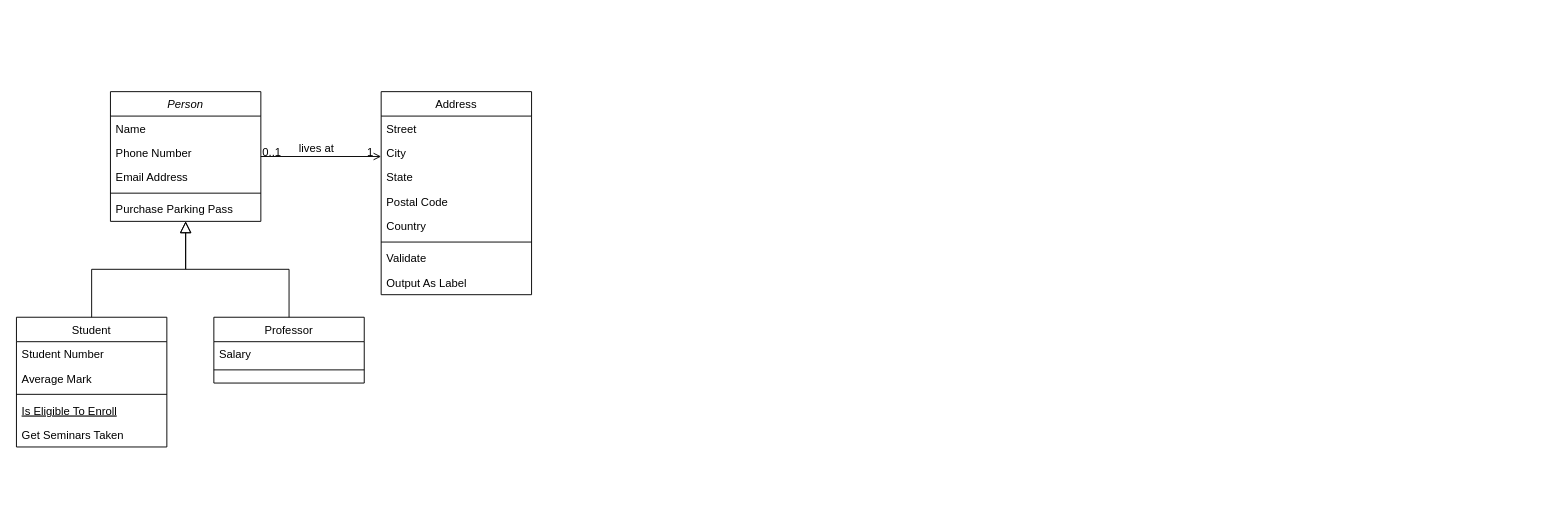
This is application-diagrams/casino/technical/diff-calculator-and-deployer/Untitled Diagram.drawio from rohit23ahuja/draw-io, a draw.io file, before an edit. Source tidied: cells renumbered, new cells numbered last; positions are measured from the earlier drawing's top-left corner, leaving out a move shared by most shapes. Both pictures are drawn from the tidied source at 94%, with x=0, y=0 at pixel (16, 91).
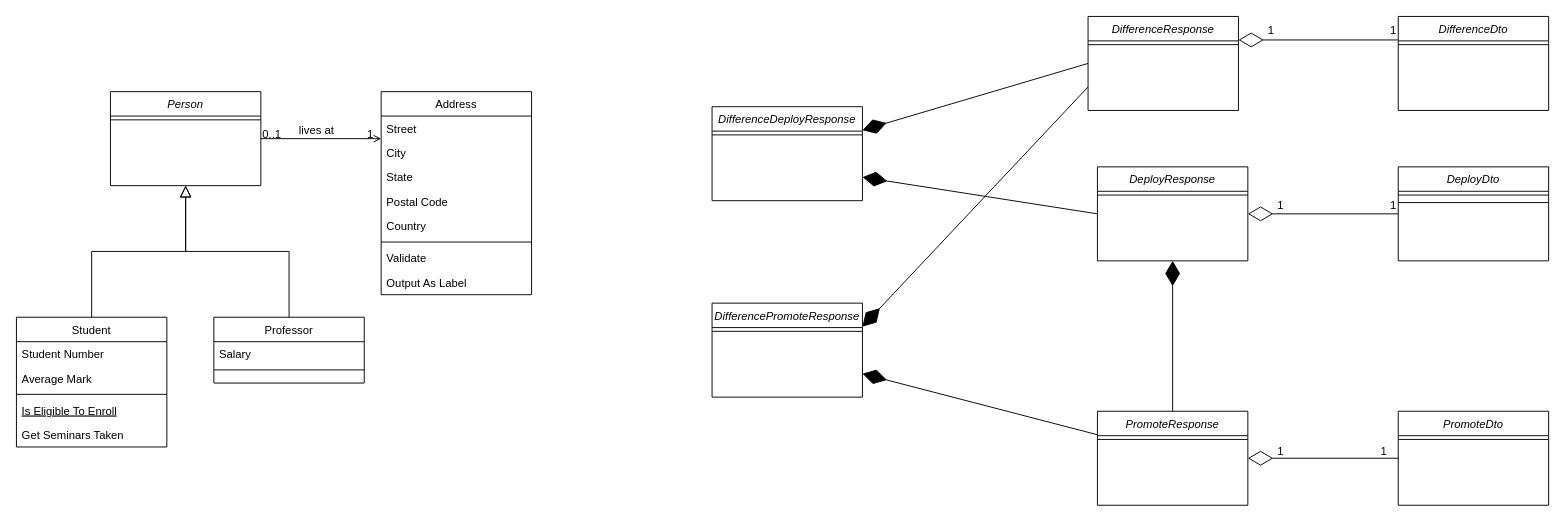
The same diagram, later.

Diff of the diagram source:
```diff
@@
     <mxCell id="2" value="Person" style="swimlane;fontStyle=2;align=center;verticalAlign=top;horizontal=1;startSize=26;rounded=0;shadow=0;strokeWidth=1;" parent="1" vertex="1">
-      <mxGeometry x="100" width="160" height="138" as="geometry" />
+      <mxGeometry x="100" width="160" height="100" as="geometry" />
     </mxCell>
-    <mxCell id="3" value="Name" style="text;align=left;verticalAlign=top;spacingLeft=4;spacingRight=4;overflow=hidden;" parent="2" vertex="1">
-      <mxGeometry y="26" width="160" height="26" as="geometry" />
-    </mxCell>
-    <mxCell id="4" value="Phone Number" style="text;align=left;verticalAlign=top;spacingLeft=4;spacingRight=4;overflow=hidden;rounded=0;shadow=0;html=0;" parent="2" vertex="1">
-      <mxGeometry y="52" width="160" height="26" as="geometry" />
-    </mxCell>
-    <mxCell id="5" value="Email Address" style="text;align=left;verticalAlign=top;spacingLeft=4;spacingRight=4;overflow=hidden;rounded=0;shadow=0;html=0;" parent="2" vertex="1">
-      <mxGeometry y="78" width="160" height="26" as="geometry" />
-    </mxCell>
     <mxCell id="6" style="line;html=1;strokeWidth=1;align=left;verticalAlign=middle;spacingTop=-1;spacingLeft=3;spacingRight=3;labelPosition=right;" parent="2" vertex="1">
-      <mxGeometry y="104" width="160" height="8" as="geometry" />
+      <mxGeometry y="26" width="160" height="8" as="geometry" />
     </mxCell>
-    <mxCell id="7" value="Purchase Parking Pass" style="text;align=left;verticalAlign=top;spacingLeft=4;spacingRight=4;overflow=hidden;" parent="2" vertex="1">
-      <mxGeometry y="112" width="160" height="26" as="geometry" />
-    </mxCell>
@@
+    <mxCell id="32" value="DeployResponse" style="swimlane;fontStyle=2;align=center;verticalAlign=top;horizontal=1;startSize=26;rounded=0;shadow=0;strokeWidth=1;" parent="1" vertex="1">
+      <mxGeometry x="1150" y="80" width="160" height="100" as="geometry" />
+    </mxCell>
+    <mxCell id="33" style="line;html=1;strokeWidth=1;align=left;verticalAlign=middle;spacingTop=-1;spacingLeft=3;spacingRight=3;labelPosition=right;" parent="32" vertex="1">
+      <mxGeometry y="26" width="160" height="8" as="geometry" />
+    </mxCell>
+    <mxCell id="34" value="DifferenceResponse" style="swimlane;fontStyle=2;align=center;verticalAlign=top;horizontal=1;startSize=26;rounded=0;shadow=0;strokeWidth=1;" parent="1" vertex="1">
+      <mxGeometry x="1140" y="-80" width="160" height="100" as="geometry" />
+    </mxCell>
+    <mxCell id="35" style="line;html=1;strokeWidth=1;align=left;verticalAlign=middle;spacingTop=-1;spacingLeft=3;spacingRight=3;labelPosition=right;" parent="34" vertex="1">
+      <mxGeometry y="26" width="160" height="8" as="geometry" />
+    </mxCell>
+    <mxCell id="36" value="PromoteResponse" style="swimlane;fontStyle=2;align=center;verticalAlign=top;horizontal=1;startSize=26;rounded=0;shadow=0;strokeWidth=1;" parent="1" vertex="1">
+      <mxGeometry x="1150" y="340" width="160" height="100" as="geometry" />
+    </mxCell>
+    <mxCell id="37" style="line;html=1;strokeWidth=1;align=left;verticalAlign=middle;spacingTop=-1;spacingLeft=3;spacingRight=3;labelPosition=right;" parent="36" vertex="1">
+      <mxGeometry y="26" width="160" height="8" as="geometry" />
+    </mxCell>
+    <mxCell id="38" value="DifferenceDeployResponse" style="swimlane;fontStyle=2;align=center;verticalAlign=top;horizontal=1;startSize=26;rounded=0;shadow=0;strokeWidth=1;" parent="1" vertex="1">
+      <mxGeometry x="740" y="16" width="160" height="100" as="geometry" />
+    </mxCell>
+    <mxCell id="39" style="line;html=1;strokeWidth=1;align=left;verticalAlign=middle;spacingTop=-1;spacingLeft=3;spacingRight=3;labelPosition=right;" parent="38" vertex="1">
+      <mxGeometry y="26" width="160" height="8" as="geometry" />
+    </mxCell>
+    <mxCell id="40" style="endArrow=diamondThin;endFill=1;endSize=24;html=1;rounded=0;exitX=0;exitY=0.5;exitDx=0;exitDy=0;entryX=1;entryY=0.25;entryDx=0;entryDy=0;" parent="1" edge="1" source="34" target="38">
+      <mxGeometry relative="1" as="geometry" />
+    </mxCell>
+    <mxCell id="41" style="endArrow=diamondThin;endFill=1;endSize=24;html=1;rounded=0;exitX=0;exitY=0.5;exitDx=0;exitDy=0;entryX=1;entryY=0.75;entryDx=0;entryDy=0;" parent="1" edge="1" source="32" target="38">
+      <mxGeometry relative="1" as="geometry" />
+    </mxCell>
+    <mxCell id="42" value="DifferencePromoteResponse" style="swimlane;fontStyle=2;align=center;verticalAlign=top;horizontal=1;startSize=26;rounded=0;shadow=0;strokeWidth=1;" parent="1" vertex="1">
+      <mxGeometry x="740" y="225" width="160" height="100" as="geometry" />
+    </mxCell>
+    <mxCell id="43" style="line;html=1;strokeWidth=1;align=left;verticalAlign=middle;spacingTop=-1;spacingLeft=3;spacingRight=3;labelPosition=right;" parent="42" vertex="1">
+      <mxGeometry y="26" width="160" height="8" as="geometry" />
+    </mxCell>
+    <mxCell id="44" style="endArrow=diamondThin;endFill=1;endSize=24;html=1;rounded=0;entryX=1;entryY=0.25;entryDx=0;entryDy=0;exitX=0;exitY=0.75;exitDx=0;exitDy=0;" parent="1" edge="1" source="34" target="42">
+      <mxGeometry relative="1" as="geometry" />
+    </mxCell>
+    <mxCell id="45" style="endArrow=diamondThin;endFill=1;endSize=24;html=1;rounded=0;entryX=1;entryY=0.75;entryDx=0;entryDy=0;exitX=0;exitY=0.25;exitDx=0;exitDy=0;" parent="1" edge="1" source="36" target="42">
+      <mxGeometry relative="1" as="geometry" />
+    </mxCell>
+    <mxCell id="46" style="endArrow=diamondThin;endFill=1;endSize=24;html=1;rounded=0;entryX=0.5;entryY=1;entryDx=0;entryDy=0;exitX=0.5;exitY=0;exitDx=0;exitDy=0;" parent="1" edge="1" source="36" target="32">
+      <mxGeometry relative="1" as="geometry" />
+    </mxCell>
+    <mxCell id="47" value="DifferenceDto" style="swimlane;fontStyle=2;align=center;verticalAlign=top;horizontal=1;startSize=26;rounded=0;shadow=0;strokeWidth=1;" parent="1" vertex="1">
+      <mxGeometry x="1470" y="-80" width="160" height="100" as="geometry" />
+    </mxCell>
+    <mxCell id="48" style="line;html=1;strokeWidth=1;align=left;verticalAlign=middle;spacingTop=-1;spacingLeft=3;spacingRight=3;labelPosition=right;" parent="47" vertex="1">
+      <mxGeometry y="26" width="160" height="8" as="geometry" />
+    </mxCell>
+    <mxCell id="49" style="endArrow=diamondThin;endFill=0;endSize=24;html=1;rounded=0;entryX=1;entryY=0.25;entryDx=0;entryDy=0;exitX=0;exitY=0.25;exitDx=0;exitDy=0;" parent="1" edge="1" source="47" target="34">
+      <mxGeometry relative="1" as="geometry" />
+    </mxCell>
+    <mxCell id="50" value="DeployDto" style="swimlane;fontStyle=2;align=center;verticalAlign=top;horizontal=1;startSize=26;rounded=0;shadow=0;strokeWidth=1;" parent="1" vertex="1">
+      <mxGeometry x="1470" y="80" width="160" height="100" as="geometry" />
+    </mxCell>
+    <mxCell id="51" style="line;html=1;strokeWidth=1;align=left;verticalAlign=middle;spacingTop=-1;spacingLeft=3;spacingRight=3;labelPosition=right;" parent="50" vertex="1">
+      <mxGeometry y="26" width="160" height="8" as="geometry" />
+    </mxCell>
+    <mxCell id="52" style="line;html=1;strokeWidth=1;align=left;verticalAlign=middle;spacingTop=-1;spacingLeft=3;spacingRight=3;labelPosition=right;" parent="50" vertex="1">
+      <mxGeometry y="34" width="160" height="8" as="geometry" />
+    </mxCell>
+    <mxCell id="53" value="PromoteDto" style="swimlane;fontStyle=2;align=center;verticalAlign=top;horizontal=1;startSize=26;rounded=0;shadow=0;strokeWidth=1;" parent="1" vertex="1">
+      <mxGeometry x="1470" y="340" width="160" height="100" as="geometry" />
+    </mxCell>
+    <mxCell id="54" style="line;html=1;strokeWidth=1;align=left;verticalAlign=middle;spacingTop=-1;spacingLeft=3;spacingRight=3;labelPosition=right;" parent="53" vertex="1">
+      <mxGeometry y="26" width="160" height="8" as="geometry" />
+    </mxCell>
+    <mxCell id="55" style="endArrow=diamondThin;endFill=0;endSize=24;html=1;rounded=0;entryX=1;entryY=0.5;entryDx=0;entryDy=0;exitX=0;exitY=0.5;exitDx=0;exitDy=0;" parent="1" edge="1" source="50" target="32">
+      <mxGeometry relative="1" as="geometry" />
+    </mxCell>
+    <mxCell id="56" style="endArrow=diamondThin;endFill=0;endSize=24;html=1;rounded=0;entryX=1;entryY=0.5;entryDx=0;entryDy=0;exitX=0;exitY=0.5;exitDx=0;exitDy=0;" parent="1" edge="1" source="53" target="36">
+      <mxGeometry relative="1" as="geometry" />
+    </mxCell>
+    <mxCell id="57" value="1" style="text;html=1;strokeColor=none;fillColor=none;align=center;verticalAlign=middle;whiteSpace=wrap;rounded=0;" parent="1" vertex="1">
+      <mxGeometry x="1460" y="116" width="10" height="10" as="geometry" />
+    </mxCell>
+    <mxCell id="58" value="1" style="text;html=1;strokeColor=none;fillColor=none;align=center;verticalAlign=middle;whiteSpace=wrap;rounded=0;" parent="1" vertex="1">
+      <mxGeometry x="1340" y="116" width="10" height="10" as="geometry" />
+    </mxCell>
+    <mxCell id="59" value="1" style="text;html=1;strokeColor=none;fillColor=none;align=center;verticalAlign=middle;whiteSpace=wrap;rounded=0;" parent="1" vertex="1">
+      <mxGeometry x="1460" y="-70" width="10" height="10" as="geometry" />
+    </mxCell>
+    <mxCell id="60" value="1" style="text;html=1;strokeColor=none;fillColor=none;align=center;verticalAlign=middle;whiteSpace=wrap;rounded=0;" parent="1" vertex="1">
+      <mxGeometry x="1330" y="-70" width="10" height="10" as="geometry" />
+    </mxCell>
+    <mxCell id="61" value="1" style="text;html=1;strokeColor=none;fillColor=none;align=center;verticalAlign=middle;whiteSpace=wrap;rounded=0;" parent="1" vertex="1">
+      <mxGeometry x="1340" y="378" width="10" height="10" as="geometry" />
+    </mxCell>
+    <mxCell id="62" value="1" style="text;html=1;strokeColor=none;fillColor=none;align=center;verticalAlign=middle;whiteSpace=wrap;rounded=0;" parent="1" vertex="1">
+      <mxGeometry x="1450" y="378" width="10" height="10" as="geometry" />
+    </mxCell>
```
